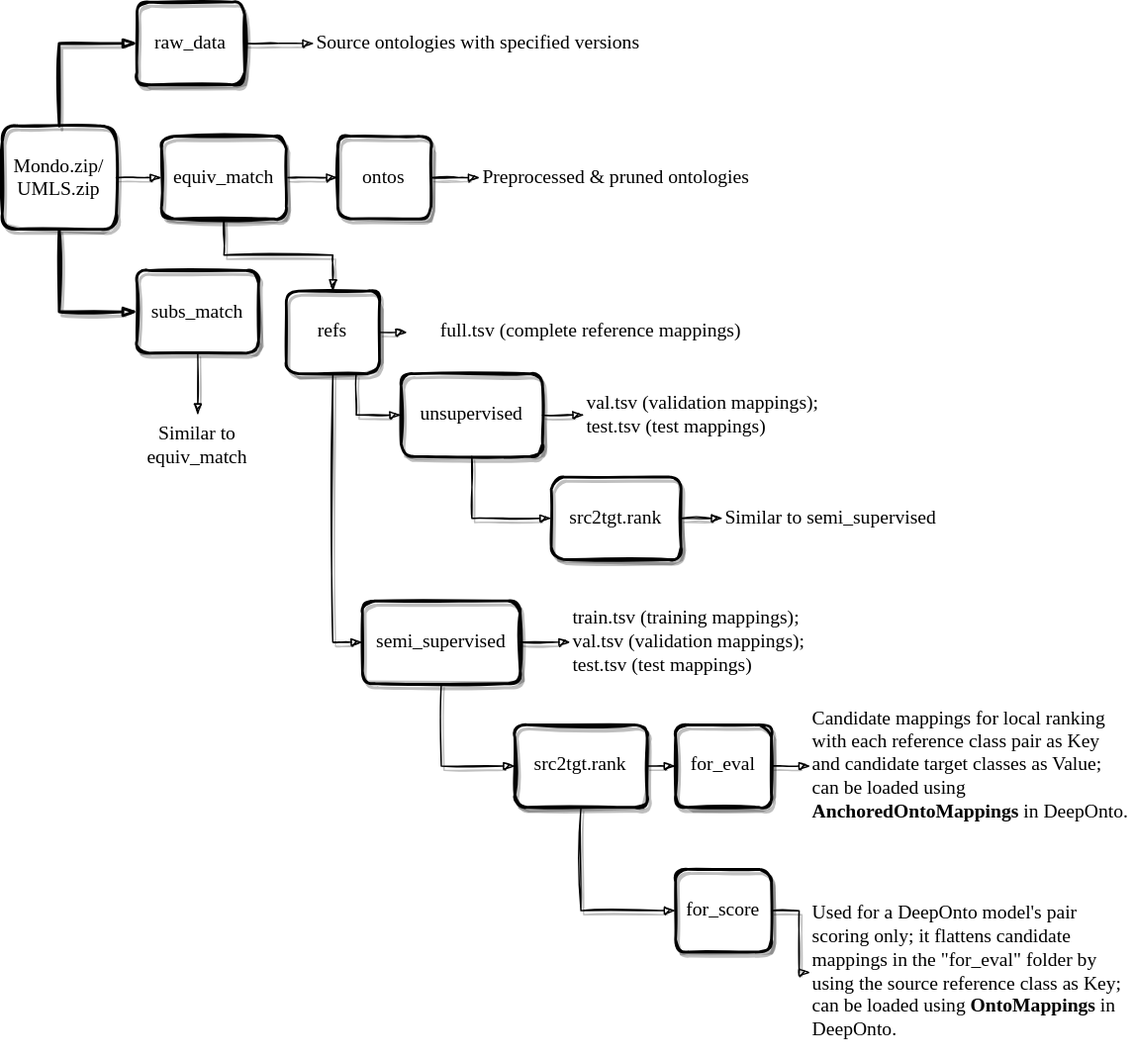
Above: docs/images/largebiomeddata.svg in KRR-Oxford/DeepOnto (draw.io), before the change. Source tidied: cells renumbered, new cells last; positions are measured from the earlier drawing's top-left corner, leaving out a move shared by most shapes. Source of this version:
```xml
<mxGraphModel>
  <root>
    <mxCell id="0" />
    <mxCell id="1" parent="0" />
    <mxCell id="2" value="&lt;font face=&quot;Comic Sans MS&quot; style=&quot;font-size: 14px&quot;&gt;Mondo.zip/&lt;br&gt;UMLS.zip&lt;/font&gt;" style="rounded=1;whiteSpace=wrap;html=1;sketch=1;glass=0;strokeWidth=2;shadow=1;" parent="1" vertex="1">
      <mxGeometry y="89.4" width="82.3" height="74.5" as="geometry" />
    </mxCell>
    <mxCell id="3" value="&lt;font face=&quot;Comic Sans MS&quot;&gt;&lt;span style=&quot;font-size: 14px&quot;&gt;raw_data&lt;/span&gt;&lt;/font&gt;" style="rounded=1;whiteSpace=wrap;html=1;sketch=1;glass=0;strokeWidth=2;shadow=1;" parent="1" vertex="1">
      <mxGeometry x="97.2" width="77.8" height="59.6" as="geometry" />
    </mxCell>
    <mxCell id="4" style="edgeStyle=orthogonalEdgeStyle;rounded=0;sketch=1;jettySize=auto;html=1;exitX=0.5;exitY=0;exitDx=0;exitDy=0;entryX=0;entryY=0.5;entryDx=0;entryDy=0;fontFamily=Comic Sans MS;fontSize=14;fontColor=default;endArrow=blockThin;endFill=1;strokeWidth=2;shadow=1;" parent="1" edge="1" source="2" target="3">
      <mxGeometry relative="1" as="geometry" />
    </mxCell>
    <mxCell id="5" style="edgeStyle=orthogonalEdgeStyle;rounded=0;sketch=1;jettySize=auto;html=1;exitX=1;exitY=0.5;exitDx=0;exitDy=0;entryX=0;entryY=0.5;entryDx=0;entryDy=0;shadow=1;fontFamily=Comic Sans MS;fontSize=14;fontColor=default;endArrow=blockThin;endFill=1;strokeWidth=1;" parent="1" edge="1" source="7" target="13">
      <mxGeometry relative="1" as="geometry" />
    </mxCell>
    <mxCell id="6" style="edgeStyle=orthogonalEdgeStyle;rounded=0;sketch=1;jettySize=auto;html=1;exitX=0.5;exitY=1;exitDx=0;exitDy=0;entryX=0.5;entryY=0;entryDx=0;entryDy=0;shadow=1;fontFamily=Comic Sans MS;fontSize=14;fontColor=default;endArrow=blockThin;endFill=1;strokeWidth=1;" parent="1" edge="1" source="7" target="14">
      <mxGeometry relative="1" as="geometry" />
    </mxCell>
    <mxCell id="7" value="&lt;font face=&quot;Comic Sans MS&quot;&gt;&lt;span style=&quot;font-size: 14px&quot;&gt;equiv_match&lt;/span&gt;&lt;/font&gt;" style="rounded=1;whiteSpace=wrap;html=1;sketch=1;glass=0;strokeWidth=2;shadow=1;" parent="1" vertex="1">
      <mxGeometry x="115" y="96.9" width="90" height="59.6" as="geometry" />
    </mxCell>
    <mxCell id="8" style="edgeStyle=orthogonalEdgeStyle;rounded=0;sketch=1;jettySize=auto;html=1;exitX=1;exitY=0.5;exitDx=0;exitDy=0;shadow=1;fontFamily=Comic Sans MS;fontSize=14;fontColor=default;endArrow=blockThin;endFill=1;strokeWidth=1;" parent="1" edge="1" source="2" target="7">
      <mxGeometry relative="1" as="geometry" />
    </mxCell>
    <mxCell id="9" value="&lt;font face=&quot;Comic Sans MS&quot;&gt;&lt;span style=&quot;font-size: 14px&quot;&gt;subs_match&lt;/span&gt;&lt;/font&gt;" style="rounded=1;whiteSpace=wrap;html=1;sketch=1;glass=0;strokeWidth=2;shadow=1;" parent="1" vertex="1">
      <mxGeometry x="97.2" y="193.7" width="87.8" height="59.6" as="geometry" />
    </mxCell>
    <mxCell id="10" style="edgeStyle=orthogonalEdgeStyle;rounded=0;sketch=1;jettySize=auto;html=1;exitX=0.5;exitY=1;exitDx=0;exitDy=0;entryX=0;entryY=0.5;entryDx=0;entryDy=0;fontFamily=Comic Sans MS;fontSize=14;fontColor=default;endArrow=blockThin;endFill=1;strokeWidth=2;shadow=1;" parent="1" edge="1" source="2" target="9">
      <mxGeometry relative="1" as="geometry" />
    </mxCell>
    <mxCell id="11" value="Source ontologies with specified versions" style="text;html=1;strokeColor=none;fillColor=none;align=left;verticalAlign=middle;whiteSpace=wrap;rounded=0;shadow=1;glass=0;sketch=1;fontFamily=Comic Sans MS;fontSize=14;fontColor=default;" parent="1" vertex="1">
      <mxGeometry x="225" y="7.5" width="275" height="44.7" as="geometry" />
    </mxCell>
    <mxCell id="12" style="edgeStyle=orthogonalEdgeStyle;rounded=0;sketch=1;jettySize=auto;html=1;exitX=1;exitY=0.5;exitDx=0;exitDy=0;shadow=1;fontFamily=Comic Sans MS;fontSize=14;fontColor=default;endArrow=blockThin;endFill=1;strokeWidth=1;" parent="1" edge="1" source="3" target="11">
      <mxGeometry relative="1" as="geometry" />
    </mxCell>
    <mxCell id="13" value="&lt;font face=&quot;Comic Sans MS&quot;&gt;&lt;span style=&quot;font-size: 14px&quot;&gt;ontos&lt;/span&gt;&lt;/font&gt;" style="rounded=1;whiteSpace=wrap;html=1;sketch=1;glass=0;strokeWidth=2;shadow=1;" parent="1" vertex="1">
      <mxGeometry x="242.2" y="96.9" width="67.3" height="59.6" as="geometry" />
    </mxCell>
    <mxCell id="14" value="&lt;font face=&quot;Comic Sans MS&quot;&gt;&lt;span style=&quot;font-size: 14px&quot;&gt;refs&lt;/span&gt;&lt;/font&gt;" style="rounded=1;whiteSpace=wrap;html=1;sketch=1;glass=0;strokeWidth=2;shadow=1;" parent="1" vertex="1">
      <mxGeometry x="205" y="208.6" width="67.3" height="59.6" as="geometry" />
    </mxCell>
    <mxCell id="15" value="Similar to equiv_match" style="text;html=1;strokeColor=none;fillColor=none;align=center;verticalAlign=middle;whiteSpace=wrap;rounded=0;shadow=1;glass=0;sketch=1;fontFamily=Comic Sans MS;fontSize=14;fontColor=default;" parent="1" vertex="1">
      <mxGeometry x="81.3" y="298" width="119.6" height="44.7" as="geometry" />
    </mxCell>
    <mxCell id="16" style="edgeStyle=orthogonalEdgeStyle;rounded=0;sketch=1;jettySize=auto;html=1;exitX=0.5;exitY=1;exitDx=0;exitDy=0;entryX=0.5;entryY=0;entryDx=0;entryDy=0;shadow=1;fontFamily=Comic Sans MS;fontSize=14;fontColor=default;endArrow=blockThin;endFill=1;strokeWidth=1;" parent="1" edge="1" source="9" target="15">
      <mxGeometry relative="1" as="geometry" />
    </mxCell>
    <mxCell id="17" value="Preprocessed &amp;amp; pruned ontologies" style="text;html=1;strokeColor=none;fillColor=none;align=left;verticalAlign=middle;whiteSpace=wrap;rounded=0;shadow=1;glass=0;sketch=1;fontFamily=Comic Sans MS;fontSize=14;fontColor=default;" parent="1" vertex="1">
      <mxGeometry x="344.6" y="104.3" width="245.4" height="44.7" as="geometry" />
    </mxCell>
    <mxCell id="18" style="edgeStyle=orthogonalEdgeStyle;rounded=0;sketch=1;jettySize=auto;html=1;exitX=1;exitY=0.5;exitDx=0;exitDy=0;shadow=1;fontFamily=Comic Sans MS;fontSize=14;fontColor=default;endArrow=blockThin;endFill=1;strokeWidth=1;" parent="1" edge="1" source="13" target="17">
      <mxGeometry relative="1" as="geometry" />
    </mxCell>
    <mxCell id="19" value="full.tsv (complete reference mappings)" style="text;html=1;strokeColor=none;fillColor=none;align=center;verticalAlign=middle;whiteSpace=wrap;rounded=0;shadow=1;glass=0;sketch=1;fontFamily=Comic Sans MS;fontSize=14;fontColor=default;" parent="1" vertex="1">
      <mxGeometry x="290" y="216.1" width="270" height="44.7" as="geometry" />
    </mxCell>
    <mxCell id="20" style="edgeStyle=orthogonalEdgeStyle;rounded=0;sketch=1;jettySize=auto;html=1;exitX=1;exitY=0.5;exitDx=0;exitDy=0;shadow=1;fontFamily=Comic Sans MS;fontSize=14;fontColor=default;endArrow=blockThin;endFill=1;strokeWidth=1;" parent="1" edge="1" source="14" target="19">
      <mxGeometry relative="1" as="geometry" />
    </mxCell>
    <mxCell id="21" value="&lt;font face=&quot;Comic Sans MS&quot;&gt;&lt;span style=&quot;font-size: 14px&quot;&gt;unsupervised&lt;/span&gt;&lt;/font&gt;" style="rounded=1;whiteSpace=wrap;html=1;sketch=1;glass=0;strokeWidth=2;shadow=1;" parent="1" vertex="1">
      <mxGeometry x="287.9" y="268.2" width="102.1" height="59.6" as="geometry" />
    </mxCell>
    <mxCell id="22" style="edgeStyle=orthogonalEdgeStyle;rounded=0;sketch=1;jettySize=auto;html=1;exitX=0.75;exitY=1;exitDx=0;exitDy=0;entryX=0;entryY=0.5;entryDx=0;entryDy=0;shadow=1;fontFamily=Comic Sans MS;fontSize=14;fontColor=default;endArrow=blockThin;endFill=1;strokeWidth=1;" parent="1" edge="1" source="14" target="21">
      <mxGeometry relative="1" as="geometry" />
    </mxCell>
    <mxCell id="23" value="&lt;font face=&quot;Comic Sans MS&quot;&gt;&lt;span style=&quot;font-size: 14px&quot;&gt;semi_supervised&lt;/span&gt;&lt;/font&gt;" style="rounded=1;whiteSpace=wrap;html=1;sketch=1;glass=0;strokeWidth=2;shadow=1;" parent="1" vertex="1">
      <mxGeometry x="260" y="432.2" width="113.9" height="59.6" as="geometry" />
    </mxCell>
    <mxCell id="24" style="edgeStyle=orthogonalEdgeStyle;rounded=0;sketch=1;jettySize=auto;html=1;exitX=0.5;exitY=1;exitDx=0;exitDy=0;entryX=0;entryY=0.5;entryDx=0;entryDy=0;shadow=1;fontFamily=Comic Sans MS;fontSize=14;fontColor=default;endArrow=blockThin;endFill=1;strokeWidth=1;" parent="1" edge="1" source="14" target="23">
      <mxGeometry relative="1" as="geometry" />
    </mxCell>
    <mxCell id="25" value="val.tsv (validation mappings); test.tsv (test mappings)" style="text;html=1;strokeColor=none;fillColor=none;align=left;verticalAlign=middle;whiteSpace=wrap;rounded=0;shadow=1;glass=0;sketch=1;fontFamily=Comic Sans MS;fontSize=14;fontColor=default;" parent="1" vertex="1">
      <mxGeometry x="420" y="275.7" width="190" height="44.7" as="geometry" />
    </mxCell>
    <mxCell id="26" style="edgeStyle=orthogonalEdgeStyle;rounded=0;sketch=1;jettySize=auto;html=1;exitX=1;exitY=0.5;exitDx=0;exitDy=0;entryX=0;entryY=0.5;entryDx=0;entryDy=0;shadow=1;fontFamily=Comic Sans MS;fontSize=14;fontColor=default;endArrow=blockThin;endFill=1;strokeWidth=1;" parent="1" edge="1" source="21" target="25">
      <mxGeometry relative="1" as="geometry" />
    </mxCell>
    <mxCell id="27" value="train.tsv (training mappings);&lt;br&gt;val.tsv (validation mappings); test.tsv (test mappings)" style="text;html=1;strokeColor=none;fillColor=none;align=left;verticalAlign=middle;whiteSpace=wrap;rounded=0;shadow=1;glass=0;sketch=1;fontFamily=Comic Sans MS;fontSize=14;fontColor=default;" parent="1" vertex="1">
      <mxGeometry x="410" y="432.2" width="203.7" height="59.6" as="geometry" />
    </mxCell>
    <mxCell id="28" style="edgeStyle=orthogonalEdgeStyle;rounded=0;sketch=1;jettySize=auto;html=1;exitX=1;exitY=0.5;exitDx=0;exitDy=0;entryX=0;entryY=0.5;entryDx=0;entryDy=0;shadow=1;fontFamily=Comic Sans MS;fontSize=14;fontColor=default;endArrow=blockThin;endFill=1;strokeWidth=1;" parent="1" edge="1" source="23" target="27">
      <mxGeometry relative="1" as="geometry" />
    </mxCell>
    <mxCell id="29" value="&lt;font face=&quot;Comic Sans MS&quot;&gt;&lt;span style=&quot;font-size: 14px&quot;&gt;src2tgt.rank&lt;/span&gt;&lt;/font&gt;" style="rounded=1;whiteSpace=wrap;html=1;sketch=1;glass=0;strokeWidth=2;shadow=1;" parent="1" vertex="1">
      <mxGeometry x="396.3" y="342.8" width="93.7" height="59.6" as="geometry" />
    </mxCell>
    <mxCell id="30" style="edgeStyle=orthogonalEdgeStyle;rounded=0;sketch=1;jettySize=auto;html=1;exitX=0.5;exitY=1;exitDx=0;exitDy=0;entryX=0;entryY=0.5;entryDx=0;entryDy=0;shadow=1;fontFamily=Comic Sans MS;fontSize=14;fontColor=default;endArrow=blockThin;endFill=1;strokeWidth=1;" parent="1" edge="1" source="21" target="29">
      <mxGeometry relative="1" as="geometry" />
    </mxCell>
    <mxCell id="31" value="&lt;font face=&quot;Comic Sans MS&quot;&gt;&lt;span style=&quot;font-size: 14px&quot;&gt;src2tgt.rank&lt;/span&gt;&lt;/font&gt;" style="rounded=1;whiteSpace=wrap;html=1;sketch=1;glass=0;strokeWidth=2;shadow=1;" parent="1" vertex="1">
      <mxGeometry x="370" y="521.6" width="95.5" height="59.6" as="geometry" />
    </mxCell>
    <mxCell id="32" style="edgeStyle=orthogonalEdgeStyle;rounded=0;sketch=1;jettySize=auto;html=1;exitX=0.5;exitY=1;exitDx=0;exitDy=0;entryX=0;entryY=0.5;entryDx=0;entryDy=0;shadow=1;fontFamily=Comic Sans MS;fontSize=14;fontColor=default;endArrow=blockThin;endFill=1;strokeWidth=1;" parent="1" edge="1" source="23" target="31">
      <mxGeometry relative="1" as="geometry" />
    </mxCell>
    <mxCell id="33" value="Similar to semi_supervised" style="text;html=1;strokeColor=none;fillColor=none;align=left;verticalAlign=middle;whiteSpace=wrap;rounded=0;shadow=1;glass=0;sketch=1;fontFamily=Comic Sans MS;fontSize=14;fontColor=default;" parent="1" vertex="1">
      <mxGeometry x="520" y="350.2" width="190" height="44.7" as="geometry" />
    </mxCell>
    <mxCell id="34" style="edgeStyle=orthogonalEdgeStyle;rounded=0;sketch=1;jettySize=auto;html=1;exitX=1;exitY=0.5;exitDx=0;exitDy=0;entryX=0;entryY=0.5;entryDx=0;entryDy=0;shadow=1;fontFamily=Comic Sans MS;fontSize=14;fontColor=default;endArrow=blockThin;endFill=1;strokeWidth=1;" parent="1" edge="1" source="29" target="33">
      <mxGeometry relative="1" as="geometry" />
    </mxCell>
    <mxCell id="35" value="&lt;font face=&quot;Comic Sans MS&quot;&gt;&lt;span style=&quot;font-size: 14px&quot;&gt;for_eval&lt;/span&gt;&lt;/font&gt;" style="rounded=1;whiteSpace=wrap;html=1;sketch=1;glass=0;strokeWidth=2;shadow=1;" parent="1" vertex="1">
      <mxGeometry x="486" y="521.6" width="69.2" height="59.6" as="geometry" />
    </mxCell>
    <mxCell id="36" style="edgeStyle=orthogonalEdgeStyle;rounded=0;sketch=1;jettySize=auto;html=1;exitX=1;exitY=0.5;exitDx=0;exitDy=0;entryX=0;entryY=0.5;entryDx=0;entryDy=0;shadow=1;fontFamily=Comic Sans MS;fontSize=14;fontColor=default;endArrow=blockThin;endFill=1;strokeWidth=1;" parent="1" edge="1" source="31" target="35">
      <mxGeometry relative="1" as="geometry" />
    </mxCell>
    <mxCell id="37" value="&lt;font face=&quot;Comic Sans MS&quot;&gt;&lt;span style=&quot;font-size: 14px&quot;&gt;for_score&lt;/span&gt;&lt;/font&gt;" style="rounded=1;whiteSpace=wrap;html=1;sketch=1;glass=0;strokeWidth=2;shadow=1;" parent="1" vertex="1">
      <mxGeometry x="486" y="625.9" width="69.2" height="59.6" as="geometry" />
    </mxCell>
    <mxCell id="38" style="edgeStyle=orthogonalEdgeStyle;rounded=0;sketch=1;jettySize=auto;html=1;exitX=0.5;exitY=1;exitDx=0;exitDy=0;entryX=0;entryY=0.5;entryDx=0;entryDy=0;shadow=1;fontFamily=Comic Sans MS;fontSize=14;fontColor=default;endArrow=blockThin;endFill=1;strokeWidth=1;" parent="1" edge="1" source="31" target="37">
      <mxGeometry relative="1" as="geometry" />
    </mxCell>
    <mxCell id="39" value="Candidate mappings for local ranking with each reference class pair as Key and candidate target classes as Value; can be loaded using &lt;b&gt;AnchoredOntoMappings&lt;/b&gt; in DeepOnto." style="text;html=1;strokeColor=none;fillColor=none;align=left;verticalAlign=middle;whiteSpace=wrap;rounded=0;shadow=1;glass=0;sketch=1;fontFamily=Comic Sans MS;fontSize=14;fontColor=default;" parent="1" vertex="1">
      <mxGeometry x="583.2" y="506.7" width="231.8" height="89.4" as="geometry" />
    </mxCell>
    <mxCell id="40" style="edgeStyle=orthogonalEdgeStyle;rounded=0;sketch=1;jettySize=auto;html=1;exitX=1;exitY=0.5;exitDx=0;exitDy=0;entryX=0;entryY=0.5;entryDx=0;entryDy=0;shadow=1;fontFamily=Comic Sans MS;fontSize=14;fontColor=default;endArrow=blockThin;endFill=1;strokeWidth=1;" parent="1" edge="1" source="35" target="39">
      <mxGeometry relative="1" as="geometry" />
    </mxCell>
    <mxCell id="41" value="Used for a DeepOnto model's pair scoring only; it flattens candidate mappings in the &quot;for_eval&quot; folder by using the source reference class as Key; can be loaded using &lt;b&gt;OntoMappings&lt;/b&gt; in DeepOnto." style="text;html=1;strokeColor=none;fillColor=none;align=left;verticalAlign=middle;whiteSpace=wrap;rounded=0;shadow=1;glass=0;sketch=1;fontFamily=Comic Sans MS;fontSize=14;fontColor=default;" parent="1" vertex="1">
      <mxGeometry x="583.2" y="640.8" width="231.8" height="119.2" as="geometry" />
    </mxCell>
    <mxCell id="42" style="edgeStyle=orthogonalEdgeStyle;rounded=0;sketch=1;jettySize=auto;html=1;exitX=1;exitY=0.5;exitDx=0;exitDy=0;entryX=0;entryY=0.5;entryDx=0;entryDy=0;shadow=1;fontFamily=Comic Sans MS;fontSize=14;fontColor=default;endArrow=blockThin;endFill=1;strokeWidth=1;" parent="1" edge="1" source="37" target="41">
      <mxGeometry relative="1" as="geometry" />
    </mxCell>
  </root>
</mxGraphModel>
```
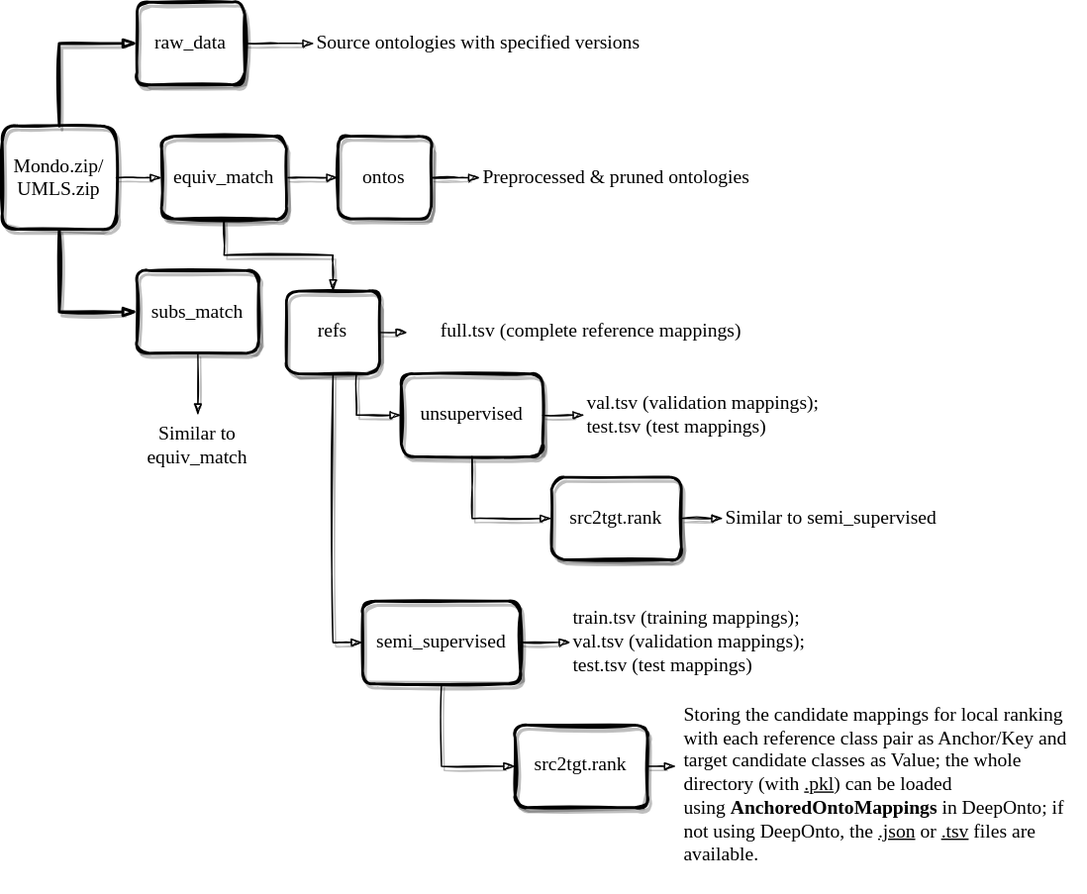
After the change.

Change to the diagram source:
```diff
@@ -101,29 +101,13 @@
     <mxCell id="34" style="edgeStyle=orthogonalEdgeStyle;rounded=0;sketch=1;jettySize=auto;html=1;exitX=1;exitY=0.5;exitDx=0;exitDy=0;entryX=0;entryY=0.5;entryDx=0;entryDy=0;shadow=1;fontFamily=Comic Sans MS;fontSize=14;fontColor=default;endArrow=blockThin;endFill=1;strokeWidth=1;" parent="1" edge="1" source="29" target="33">
       <mxGeometry relative="1" as="geometry" />
     </mxCell>
-    <mxCell id="35" value="&lt;font face=&quot;Comic Sans MS&quot;&gt;&lt;span style=&quot;font-size: 14px&quot;&gt;for_eval&lt;/span&gt;&lt;/font&gt;" style="rounded=1;whiteSpace=wrap;html=1;sketch=1;glass=0;strokeWidth=2;shadow=1;" parent="1" vertex="1">
-      <mxGeometry x="486" y="521.6" width="69.2" height="59.6" as="geometry" />
-    </mxCell>
-    <mxCell id="36" style="edgeStyle=orthogonalEdgeStyle;rounded=0;sketch=1;jettySize=auto;html=1;exitX=1;exitY=0.5;exitDx=0;exitDy=0;entryX=0;entryY=0.5;entryDx=0;entryDy=0;shadow=1;fontFamily=Comic Sans MS;fontSize=14;fontColor=default;endArrow=blockThin;endFill=1;strokeWidth=1;" parent="1" edge="1" source="31" target="35">
-      <mxGeometry relative="1" as="geometry" />
+    <mxCell id="36" style="edgeStyle=orthogonalEdgeStyle;rounded=0;sketch=1;jettySize=auto;html=1;exitX=1;exitY=0.5;exitDx=0;exitDy=0;entryX=0;entryY=0.5;entryDx=0;entryDy=0;shadow=1;fontFamily=Comic Sans MS;fontSize=14;fontColor=default;endArrow=blockThin;endFill=1;strokeWidth=1;" parent="1" edge="1" source="31">
+      <mxGeometry relative="1" as="geometry">
+        <mxPoint x="486" y="551.4" as="targetPoint" />
+      </mxGeometry>
     </mxCell>
-    <mxCell id="37" value="&lt;font face=&quot;Comic Sans MS&quot;&gt;&lt;span style=&quot;font-size: 14px&quot;&gt;for_score&lt;/span&gt;&lt;/font&gt;" style="rounded=1;whiteSpace=wrap;html=1;sketch=1;glass=0;strokeWidth=2;shadow=1;" parent="1" vertex="1">
-      <mxGeometry x="486" y="625.9" width="69.2" height="59.6" as="geometry" />
-    </mxCell>
-    <mxCell id="38" style="edgeStyle=orthogonalEdgeStyle;rounded=0;sketch=1;jettySize=auto;html=1;exitX=0.5;exitY=1;exitDx=0;exitDy=0;entryX=0;entryY=0.5;entryDx=0;entryDy=0;shadow=1;fontFamily=Comic Sans MS;fontSize=14;fontColor=default;endArrow=blockThin;endFill=1;strokeWidth=1;" parent="1" edge="1" source="31" target="37">
-      <mxGeometry relative="1" as="geometry" />
-    </mxCell>
-    <mxCell id="39" value="Candidate mappings for local ranking with each reference class pair as Key and candidate target classes as Value; can be loaded using &lt;b&gt;AnchoredOntoMappings&lt;/b&gt; in DeepOnto." style="text;html=1;strokeColor=none;fillColor=none;align=left;verticalAlign=middle;whiteSpace=wrap;rounded=0;shadow=1;glass=0;sketch=1;fontFamily=Comic Sans MS;fontSize=14;fontColor=default;" parent="1" vertex="1">
-      <mxGeometry x="583.2" y="506.7" width="231.8" height="89.4" as="geometry" />
-    </mxCell>
-    <mxCell id="40" style="edgeStyle=orthogonalEdgeStyle;rounded=0;sketch=1;jettySize=auto;html=1;exitX=1;exitY=0.5;exitDx=0;exitDy=0;entryX=0;entryY=0.5;entryDx=0;entryDy=0;shadow=1;fontFamily=Comic Sans MS;fontSize=14;fontColor=default;endArrow=blockThin;endFill=1;strokeWidth=1;" parent="1" edge="1" source="35" target="39">
-      <mxGeometry relative="1" as="geometry" />
-    </mxCell>
-    <mxCell id="41" value="Used for a DeepOnto model's pair scoring only; it flattens candidate mappings in the &quot;for_eval&quot; folder by using the source reference class as Key; can be loaded using &lt;b&gt;OntoMappings&lt;/b&gt; in DeepOnto." style="text;html=1;strokeColor=none;fillColor=none;align=left;verticalAlign=middle;whiteSpace=wrap;rounded=0;shadow=1;glass=0;sketch=1;fontFamily=Comic Sans MS;fontSize=14;fontColor=default;" parent="1" vertex="1">
-      <mxGeometry x="583.2" y="640.8" width="231.8" height="119.2" as="geometry" />
-    </mxCell>
-    <mxCell id="42" style="edgeStyle=orthogonalEdgeStyle;rounded=0;sketch=1;jettySize=auto;html=1;exitX=1;exitY=0.5;exitDx=0;exitDy=0;entryX=0;entryY=0.5;entryDx=0;entryDy=0;shadow=1;fontFamily=Comic Sans MS;fontSize=14;fontColor=default;endArrow=blockThin;endFill=1;strokeWidth=1;" parent="1" edge="1" source="37" target="41">
-      <mxGeometry relative="1" as="geometry" />
-    </mxCell>
+    <mxCell id="43" value="Storing the candidate mappings for local ranking with each reference class pair as Anchor/Key and target candidate classes as Value; the whole directory (with &lt;u&gt;.pkl&lt;/u&gt;) can be loaded using&amp;nbsp;&lt;b&gt;AnchoredOntoMappings&lt;/b&gt;&amp;nbsp;in DeepOnto; if not using DeepOnto, the &lt;u&gt;.json&lt;/u&gt; or &lt;u&gt;.tsv&lt;/u&gt; files are available." style="text;html=1;strokeColor=none;fillColor=none;align=left;verticalAlign=middle;whiteSpace=wrap;rounded=0;shadow=1;glass=0;sketch=1;fontFamily=Comic Sans MS;fontSize=14;fontColor=default;" parent="1" vertex="1">
+      <mxGeometry x="490" y="490" width="290" height="150" as="geometry" />
+    </mxCell>
   </root>
 </mxGraphModel>
```
